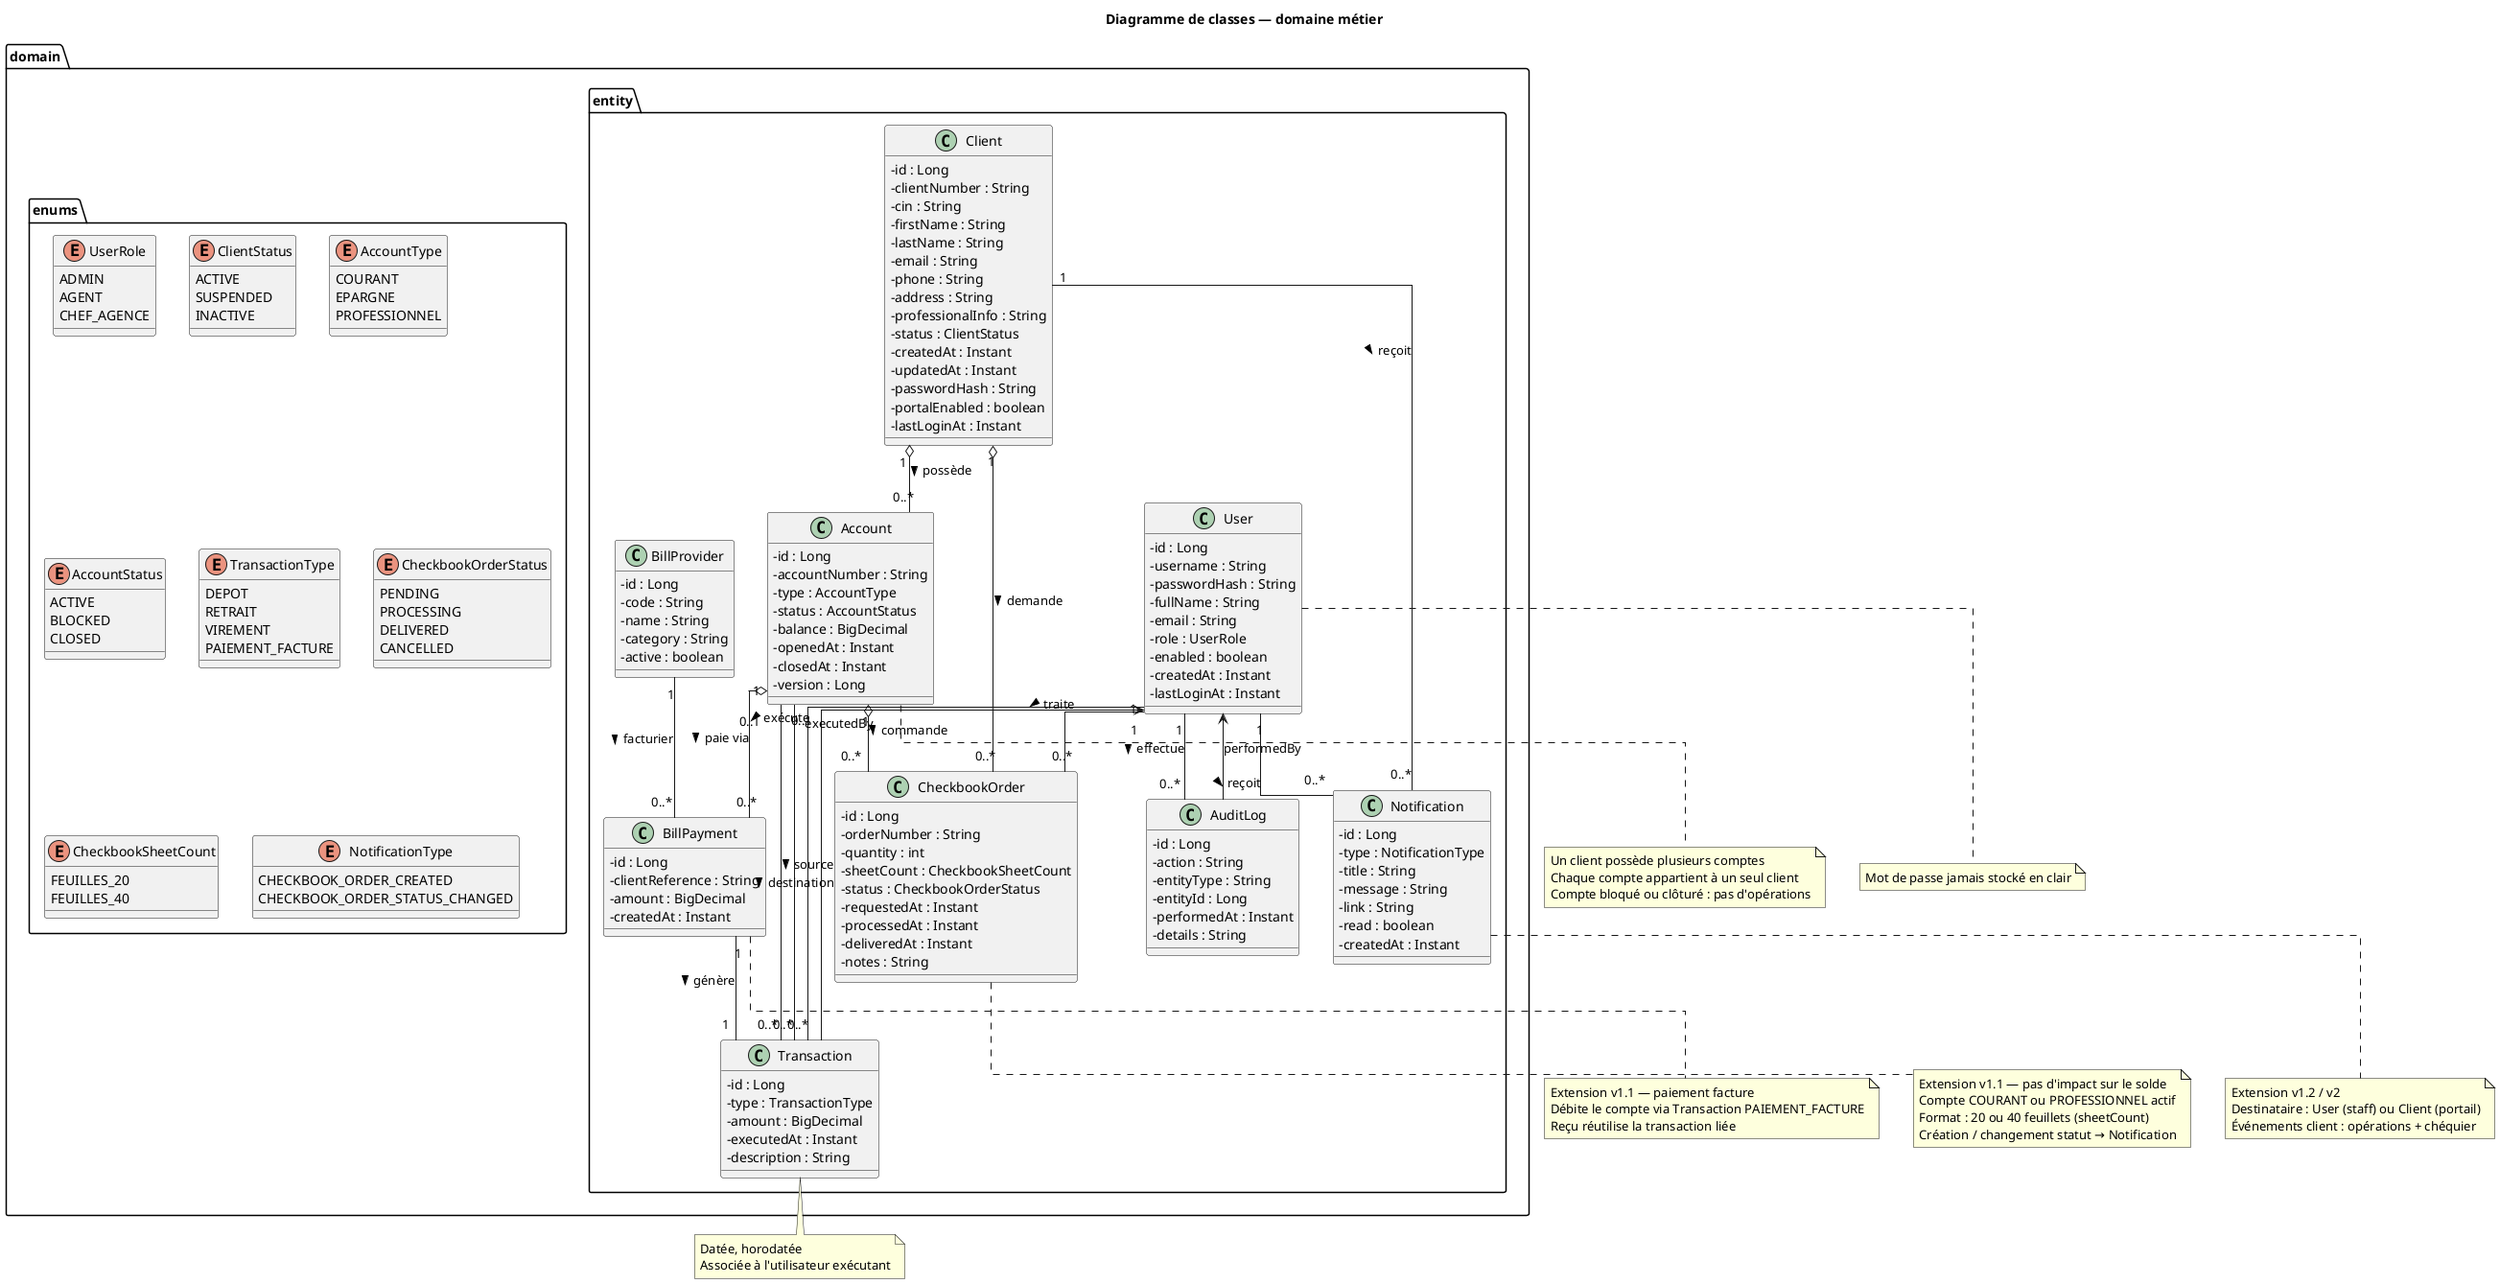
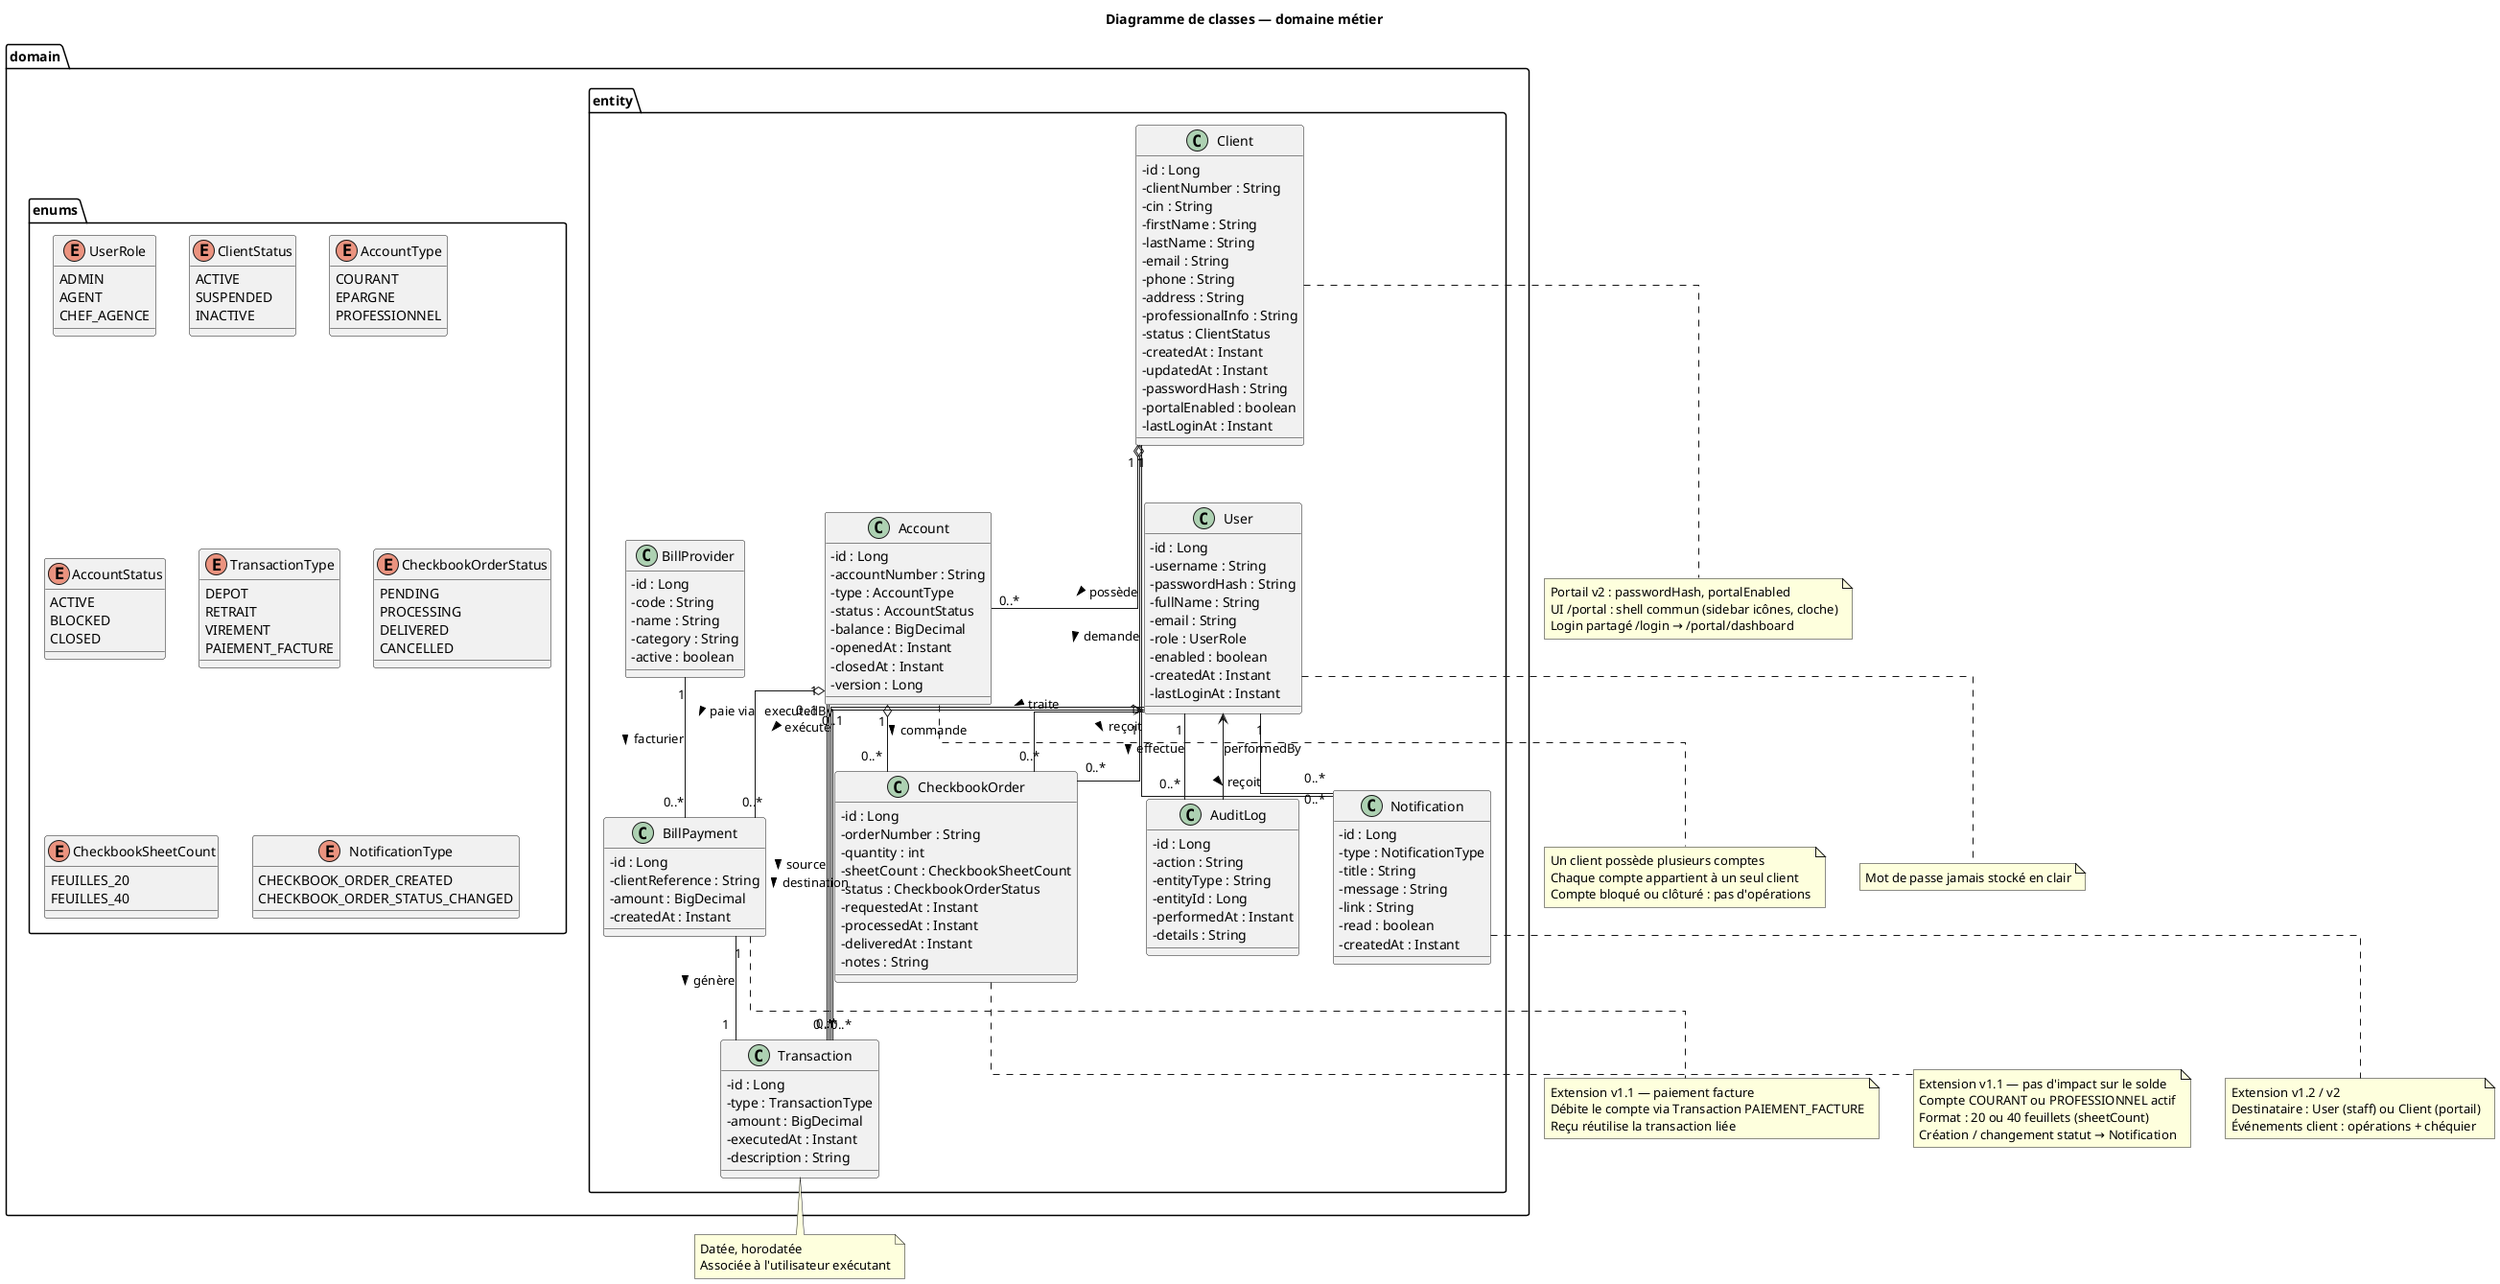
@startuml diagramme-classes
skinparam shadowing false
skinparam classAttributeIconSize 0
skinparam linetype ortho

title Diagramme de classes — domaine métier

package "domain.enums" {
  enum UserRole {
    ADMIN
    AGENT
    CHEF_AGENCE
  }
  enum ClientStatus {
    ACTIVE
    SUSPENDED
    INACTIVE
  }
  enum AccountType {
    COURANT
    EPARGNE
    PROFESSIONNEL
  }
  enum AccountStatus {
    ACTIVE
    BLOCKED
    CLOSED
  }
  enum TransactionType {
    DEPOT
    RETRAIT
    VIREMENT
    PAIEMENT_FACTURE
  }
  enum CheckbookOrderStatus {
    PENDING
    PROCESSING
    DELIVERED
    CANCELLED
  }
  enum CheckbookSheetCount {
    FEUILLES_20
    FEUILLES_40
  }
  enum NotificationType {
    CHECKBOOK_ORDER_CREATED
    CHECKBOOK_ORDER_STATUS_CHANGED
  }
}

package "domain.entity" {

  class User {
    - id : Long
    - username : String
    - passwordHash : String
    - fullName : String
    - email : String
    - role : UserRole
    - enabled : boolean
    - createdAt : Instant
    - lastLoginAt : Instant
  }

  class Client {
    - id : Long
    - clientNumber : String
    - cin : String
    - firstName : String
    - lastName : String
    - email : String
    - phone : String
    - address : String
    - professionalInfo : String
    - status : ClientStatus
    - createdAt : Instant
    - updatedAt : Instant
    - passwordHash : String
    - portalEnabled : boolean
    - lastLoginAt : Instant
  }

  class Account {
    - id : Long
    - accountNumber : String
    - type : AccountType
    - status : AccountStatus
    - balance : BigDecimal
    - openedAt : Instant
    - closedAt : Instant
    - version : Long
  }

  class Transaction {
    - id : Long
    - type : TransactionType
    - amount : BigDecimal
    - executedAt : Instant
    - description : String
  }

  class BillProvider {
    - id : Long
    - code : String
    - name : String
    - category : String
    - active : boolean
  }

  class BillPayment {
    - id : Long
    - clientReference : String
    - amount : BigDecimal
    - createdAt : Instant
  }

  class CheckbookOrder {
    - id : Long
    - orderNumber : String
    - quantity : int
    - sheetCount : CheckbookSheetCount
    - status : CheckbookOrderStatus
    - requestedAt : Instant
    - processedAt : Instant
    - deliveredAt : Instant
    - notes : String
  }

  class AuditLog {
    - id : Long
    - action : String
    - entityType : String
    - entityId : Long
    - performedAt : Instant
    - details : String
  }

  class Notification {
    - id : Long
    - type : NotificationType
    - title : String
    - message : String
    - link : String
    - read : boolean
    - createdAt : Instant
  }
}

Client "1" o-- "0..*" Account : possède >
Client "1" o-- "0..*" CheckbookOrder : demande >
Client "1" -- "0..*" Notification : reçoit >
User "1" -- "0..*" Transaction : exécute >
User "1" -- "0..*" CheckbookOrder : traite >
User "1" -- "0..*" AuditLog : effectue >
User "1" -- "0..*" Notification : reçoit >
Account "0..1" -- "0..*" Transaction : source >
Account "0..1" -- "0..*" Transaction : destination >
Account "1" o-- "0..*" BillPayment : paie via >
Account "1" o-- "0..*" CheckbookOrder : commande >
BillProvider "1" -- "0..*" BillPayment : facturier >
BillPayment "1" -- "1" Transaction : génère >
Transaction --> User : executedBy
AuditLog --> User : performedBy

note bottom of Account
  Un client possède plusieurs comptes
  Chaque compte appartient à un seul client
  Compte bloqué ou clôturé : pas d'opérations
end note

note bottom of BillPayment
  Extension v1.1 — paiement facture
  Débite le compte via Transaction PAIEMENT_FACTURE
  Reçu réutilise la transaction liée
end note

note bottom of CheckbookOrder
  Extension v1.1 — pas d'impact sur le solde
  Compte COURANT ou PROFESSIONNEL actif
  Format : 20 ou 40 feuillets (sheetCount)
  Création / changement statut → Notification
end note

note bottom of Notification
  Extension v1.2 / v2
  Destinataire : User (staff) ou Client (portail)
  Événements client : opérations + chéquier
end note

note bottom of Transaction
  Datée, horodatée
  Associée à l'utilisateur exécutant
end note

+ note bottom of Client
+   Portail v2 : passwordHash, portalEnabled
+   UI /portal : shell commun (sidebar icônes, cloche)
+   Login partagé /login → /portal/dashboard
+ end note
+ 
note bottom of User
  Mot de passe jamais stocké en clair
end note

@enduml
